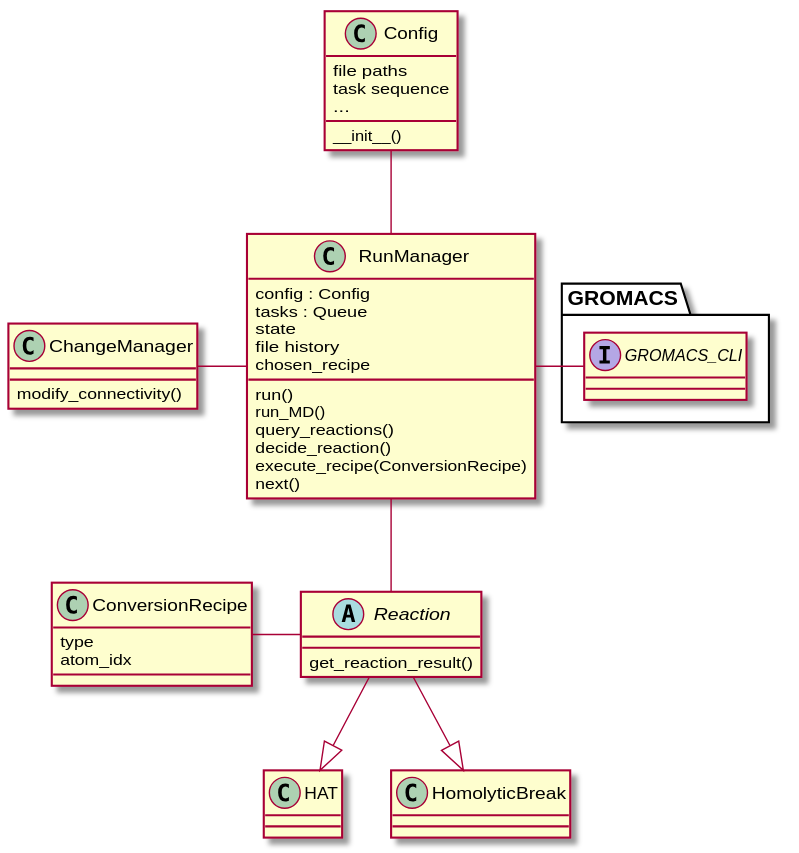
Above: docs/uml.svg in graeter-group/kimmdy (PlantUML), before the change.
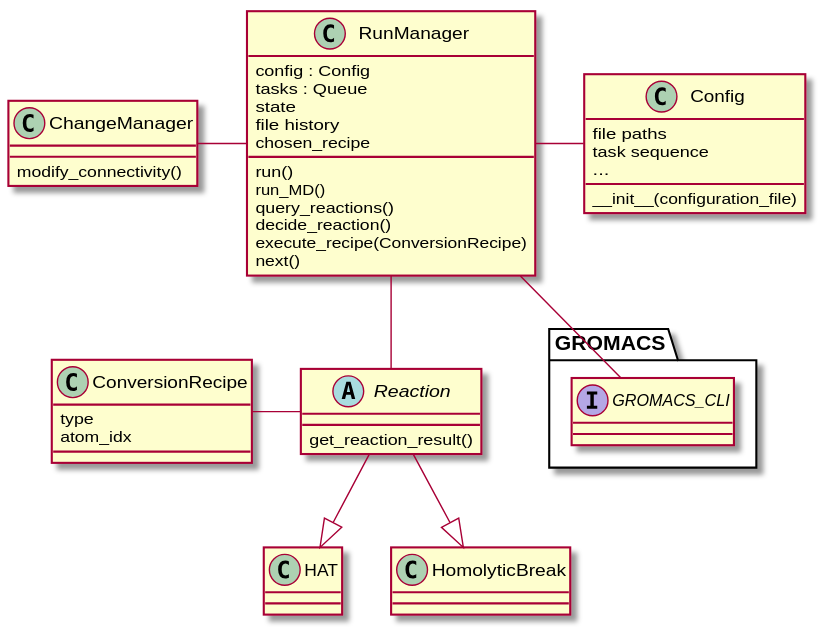
The same file after the commit.

The edit, as a diff of the source:
```diff
@@ -16,7 +16,7 @@
 file paths
 task sequence
 ...
-__init__()
+__init__(configuration_file)
 }
 class           ConversionRecipe{
 type
@@ -41,9 +41,10 @@
 
 Reaction --|> HAT
 Reaction --|> HomolyticBreak
-Config -- RunManager
+RunManager -right- Config
 RunManager -right- GROMACS_CLI
 RunManager -- Reaction
 ConversionRecipe - Reaction
 ChangeManager - RunManager
+Config -[hidden]-> GROMACS_CLI
 @enduml
```
